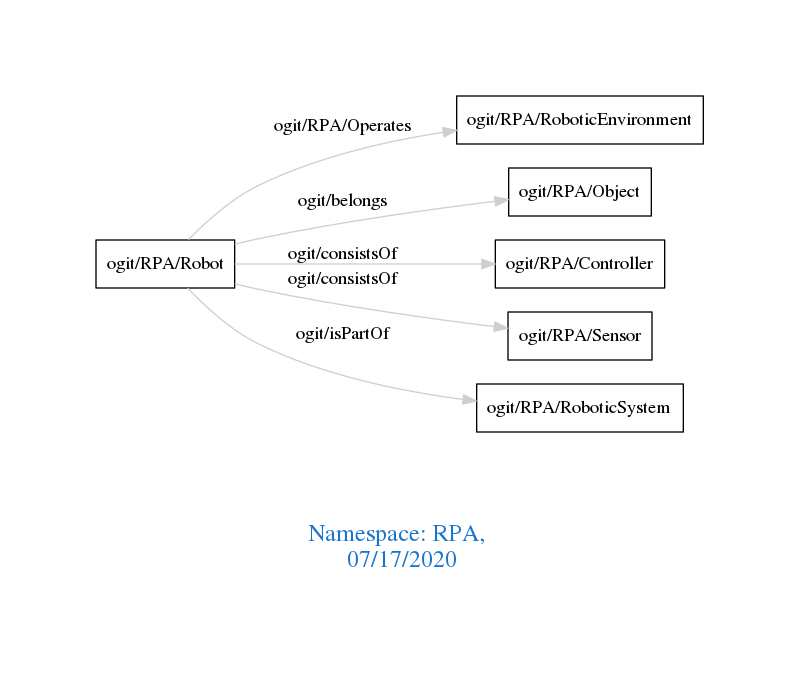
The Graphviz diagram downloads/RPA.png in arago/OGIT, before a commit. Its source is kept beside it as downloads/RPA.dot.
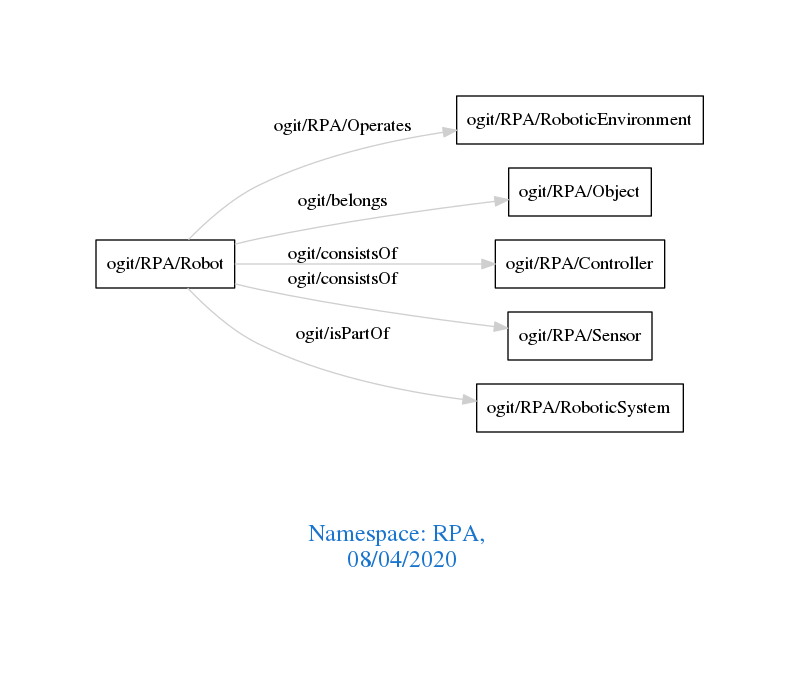
The same file after the commit.

Diff of the diagram source:
```diff
@@ -1,7 +1,7 @@
 digraph OGIT_ontology {
  graph [ rankdir= LR,pad=1
 fontsize = 18,
-fontcolor= dodgerblue3,label = "\n\n\nNamespace: RPA, \n 07/17/2020"];
+fontcolor= dodgerblue3,label = "\n\n\nNamespace: RPA, \n 08/04/2020"];
 node[shape=polygon];
 edge [  color="gray81"];
 
```
